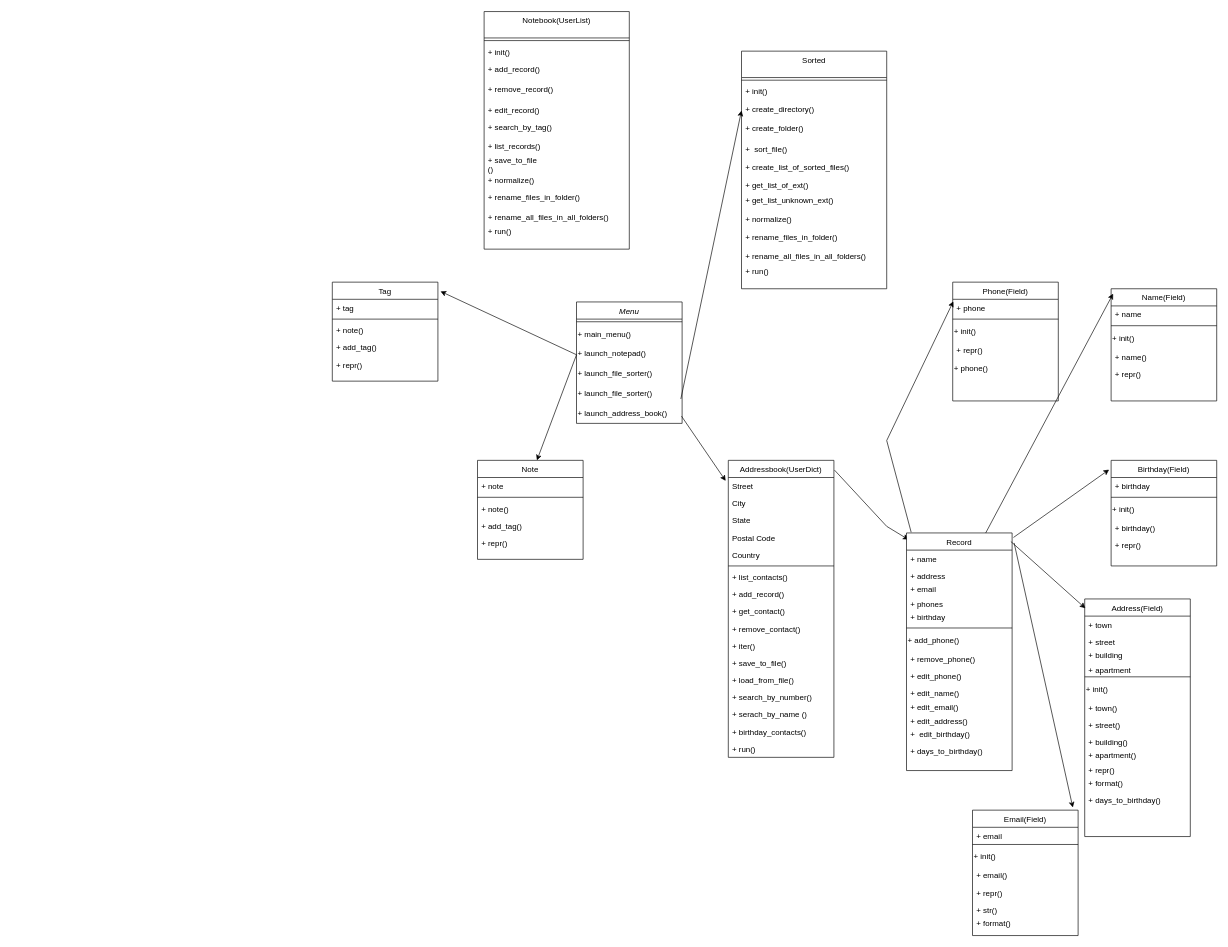
The draw.io diagram Untitled Diagram.drawio in MarsIana1804/WEB_Homework_1, before the edit. Source tidied: cells renumbered, new cells numbered last; positions are measured from the earlier drawing's top-left corner, leaving out a move shared by most shapes. Both pictures are drawn from the tidied source at 66%, with x=0, y=0 at pixel (332, 11).
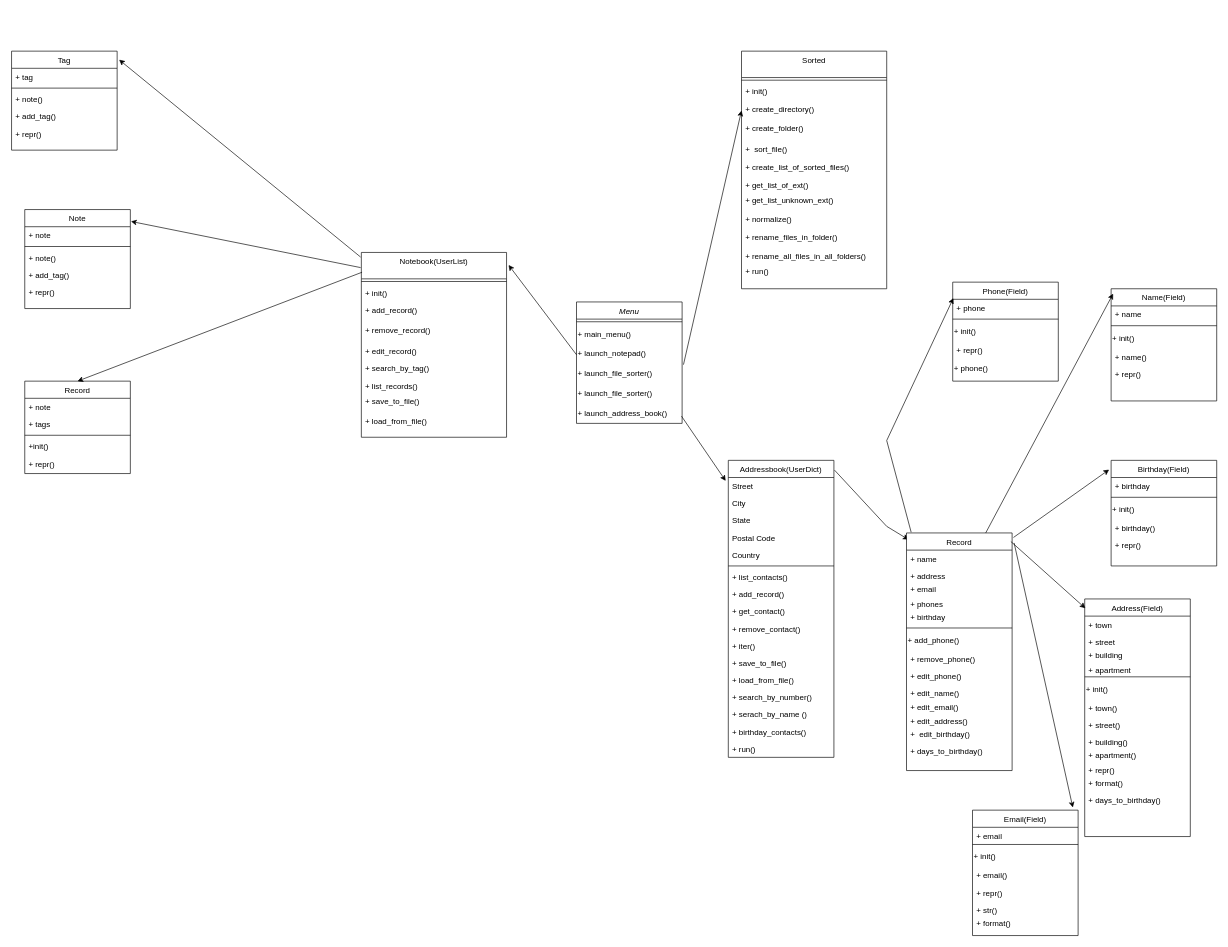
Above is the later version.

The change refers to these unchanged cells:
```xml
<mxCell id="6" value="+ launch_file_sorter()" style="text;html=1;align=left;verticalAlign=middle;points=[];strokeColor=none;fillColor=none;" parent="2" vertex="1">
  <mxGeometry y="94" width="160" height="30" as="geometry" />
</mxCell>
<mxCell id="7" value="+ launch_file_sorter()" style="text;html=1;align=left;verticalAlign=middle;points=[];strokeColor=none;fillColor=none;" parent="2" vertex="1">
  <mxGeometry y="124" width="160" height="30" as="geometry" />
</mxCell>
<mxCell id="15" value="Sorted" style="swimlane;fontStyle=0;align=center;verticalAlign=top;horizontal=1;startSize=40;rounded=0;shadow=0;strokeWidth=1;" parent="1" vertex="1">
  <mxGeometry x="620" y="60" width="220" height="360" as="geometry" />
</mxCell>
```

The edit, as a diff of the source:
```diff
@@
     <mxCell id="9" value="Note" style="swimlane;fontStyle=0;align=center;verticalAlign=top;horizontal=1;startSize=26;rounded=0;shadow=0;strokeWidth=1;" parent="1" vertex="1">
-      <mxGeometry x="220" y="680" width="160" height="150" as="geometry" />
+      <mxGeometry x="-466" y="300" width="160" height="150" as="geometry" />
     </mxCell>
@@
-    <mxCell id="46" style="endArrow=classic;html=1;rounded=0;entryX=0.25;entryY=0;entryDx=0;entryDy=0;" parent="1" edge="1">
-      <mxGeometry relative="1" as="geometry">
-        <mxPoint x="370" y="520" as="sourcePoint" />
-        <mxPoint x="310" y="680" as="targetPoint" />
-      </mxGeometry>
+    <mxCell id="46" style="endArrow=classic;html=1;rounded=0;exitX=-0.005;exitY=0.082;exitDx=0;exitDy=0;exitPerimeter=0;entryX=1.006;entryY=0.12;entryDx=0;entryDy=0;entryPerimeter=0;" parent="1" edge="1" source="117" target="9">
+      <mxGeometry relative="1" as="geometry" />
     </mxCell>
-    <mxCell id="47" style="endArrow=classic;html=1;rounded=0;entryX=0;entryY=0.25;entryDx=0;entryDy=0;exitX=0.988;exitY=0.767;exitDx=0;exitDy=0;exitPerimeter=0;" parent="1" edge="1" source="7" target="15">
+    <mxCell id="47" style="endArrow=classic;html=1;rounded=0;entryX=0;entryY=0.25;entryDx=0;entryDy=0;exitX=1.013;exitY=0.033;exitDx=0;exitDy=0;exitPerimeter=0;" parent="1" edge="1" source="6" target="15">
       <mxGeometry relative="1" as="geometry" />
     </mxCell>
@@
     <mxCell id="65" value="Phone(Field)" style="swimlane;fontStyle=0;align=center;verticalAlign=top;horizontal=1;startSize=26;rounded=0;shadow=0;strokeWidth=1;" parent="1" vertex="1">
-      <mxGeometry x="940" y="410" width="160" height="180" as="geometry" />
+      <mxGeometry x="940" y="410" width="160" height="150" as="geometry" />
     </mxCell>
@@
-    <mxCell id="110" style="endArrow=classic;html=1;rounded=0;entryX=1.025;entryY=0.093;entryDx=0;entryDy=0;entryPerimeter=0;" parent="1" edge="1" target="111">
+    <mxCell id="110" style="endArrow=classic;html=1;rounded=0;entryX=1.014;entryY=0.068;entryDx=0;entryDy=0;entryPerimeter=0;" parent="1" edge="1" target="117">
       <mxGeometry relative="1" as="geometry">
         <mxPoint x="370" y="520" as="sourcePoint" />
       </mxGeometry>
     </mxCell>
     <mxCell id="111" value="Tag" style="swimlane;fontStyle=0;align=center;verticalAlign=top;horizontal=1;startSize=26;rounded=0;shadow=0;strokeWidth=1;" parent="1" vertex="1">
-      <mxGeometry y="410" width="160" height="150" as="geometry" />
+      <mxGeometry x="-486" y="60" width="160" height="150" as="geometry" />
     </mxCell>
@@
     <mxCell id="117" value="Notebook(UserList)" style="swimlane;fontStyle=0;align=center;verticalAlign=top;horizontal=1;startSize=40;rounded=0;shadow=0;strokeWidth=1;" parent="1" vertex="1">
-      <mxGeometry x="230" width="220" height="360" as="geometry" />
+      <mxGeometry x="44" y="365" width="220" height="280" as="geometry" />
     </mxCell>
@@
-    <mxCell id="125" value="+ save_to_file&#10;()" style="text;align=left;verticalAlign=top;spacingLeft=4;spacingRight=4;overflow=hidden;fontStyle=0;" parent="117" vertex="1">
+    <mxCell id="125" value="+ save_to_file()" style="text;align=left;verticalAlign=top;spacingLeft=4;spacingRight=4;overflow=hidden;fontStyle=0;" parent="117" vertex="1">
       <mxGeometry y="212" width="220" height="30" as="geometry" />
     </mxCell>
-    <mxCell id="126" value="+ normalize()" style="text;align=left;verticalAlign=top;spacingLeft=4;spacingRight=4;overflow=hidden;" parent="117" vertex="1">
+    <mxCell id="126" value="+ load_from_file()" style="text;align=left;verticalAlign=top;spacingLeft=4;spacingRight=4;overflow=hidden;" parent="117" vertex="1">
       <mxGeometry y="242" width="220" height="26" as="geometry" />
     </mxCell>
-    <mxCell id="127" value="+ rename_files_in_folder()" style="text;align=left;verticalAlign=top;spacingLeft=4;spacingRight=4;overflow=hidden;fontStyle=0;" parent="117" vertex="1">
-      <mxGeometry y="268" width="220" height="30" as="geometry" />
-    </mxCell>
-    <mxCell id="128" value="+ rename_all_files_in_all_folders()" style="text;align=left;verticalAlign=top;spacingLeft=4;spacingRight=4;overflow=hidden;fontStyle=0;" parent="117" vertex="1">
-      <mxGeometry y="298" width="220" height="22" as="geometry" />
-    </mxCell>
-    <mxCell id="129" value="+ run()" style="text;align=left;verticalAlign=top;spacingLeft=4;spacingRight=4;overflow=hidden;rounded=0;shadow=0;html=0;" parent="117" vertex="1">
-      <mxGeometry y="320" width="220" height="32" as="geometry" />
-    </mxCell>
+    <mxCell id="130" style="endArrow=classic;html=1;rounded=0;entryX=1.019;entryY=0.087;entryDx=0;entryDy=0;entryPerimeter=0;exitX=-0.005;exitY=0.025;exitDx=0;exitDy=0;exitPerimeter=0;" parent="1" edge="1" source="117" target="111">
+      <mxGeometry relative="1" as="geometry" />
+    </mxCell>
+    <mxCell id="131" value="Record" style="swimlane;fontStyle=0;align=center;verticalAlign=top;horizontal=1;startSize=26;rounded=0;shadow=0;strokeWidth=1;" parent="1" vertex="1">
+      <mxGeometry x="-466" y="560" width="160" height="140" as="geometry" />
+    </mxCell>
+    <mxCell id="132" value="+ note" style="text;align=left;verticalAlign=top;spacingLeft=4;spacingRight=4;overflow=hidden;" parent="131" vertex="1">
+      <mxGeometry y="26" width="160" height="26" as="geometry" />
+    </mxCell>
+    <mxCell id="133" value="+ tags" style="text;align=left;verticalAlign=top;spacingLeft=4;spacingRight=4;overflow=hidden;fontStyle=0;" parent="131" vertex="1">
+      <mxGeometry y="52" width="160" height="26" as="geometry" />
+    </mxCell>
+    <mxCell id="134" style="line;html=1;strokeWidth=1;align=left;verticalAlign=middle;spacingTop=-1;spacingLeft=3;spacingRight=3;labelPosition=right;" parent="131" vertex="1">
+      <mxGeometry y="78" width="160" height="8" as="geometry" />
+    </mxCell>
+    <mxCell id="135" value="+init()" style="text;align=left;verticalAlign=top;spacingLeft=4;spacingRight=4;overflow=hidden;" parent="131" vertex="1">
+      <mxGeometry y="86" width="160" height="26" as="geometry" />
+    </mxCell>
+    <mxCell id="136" value="+ repr()" style="text;align=left;verticalAlign=top;spacingLeft=4;spacingRight=4;overflow=hidden;" parent="131" vertex="1">
+      <mxGeometry y="112" width="160" height="26" as="geometry" />
+    </mxCell>
+    <mxCell id="137" style="endArrow=classic;html=1;rounded=0;entryX=0.5;entryY=0;entryDx=0;entryDy=0;exitX=0.005;exitY=0.107;exitDx=0;exitDy=0;exitPerimeter=0;" parent="1" edge="1" source="117" target="131">
+      <mxGeometry relative="1" as="geometry" />
+    </mxCell>
```
